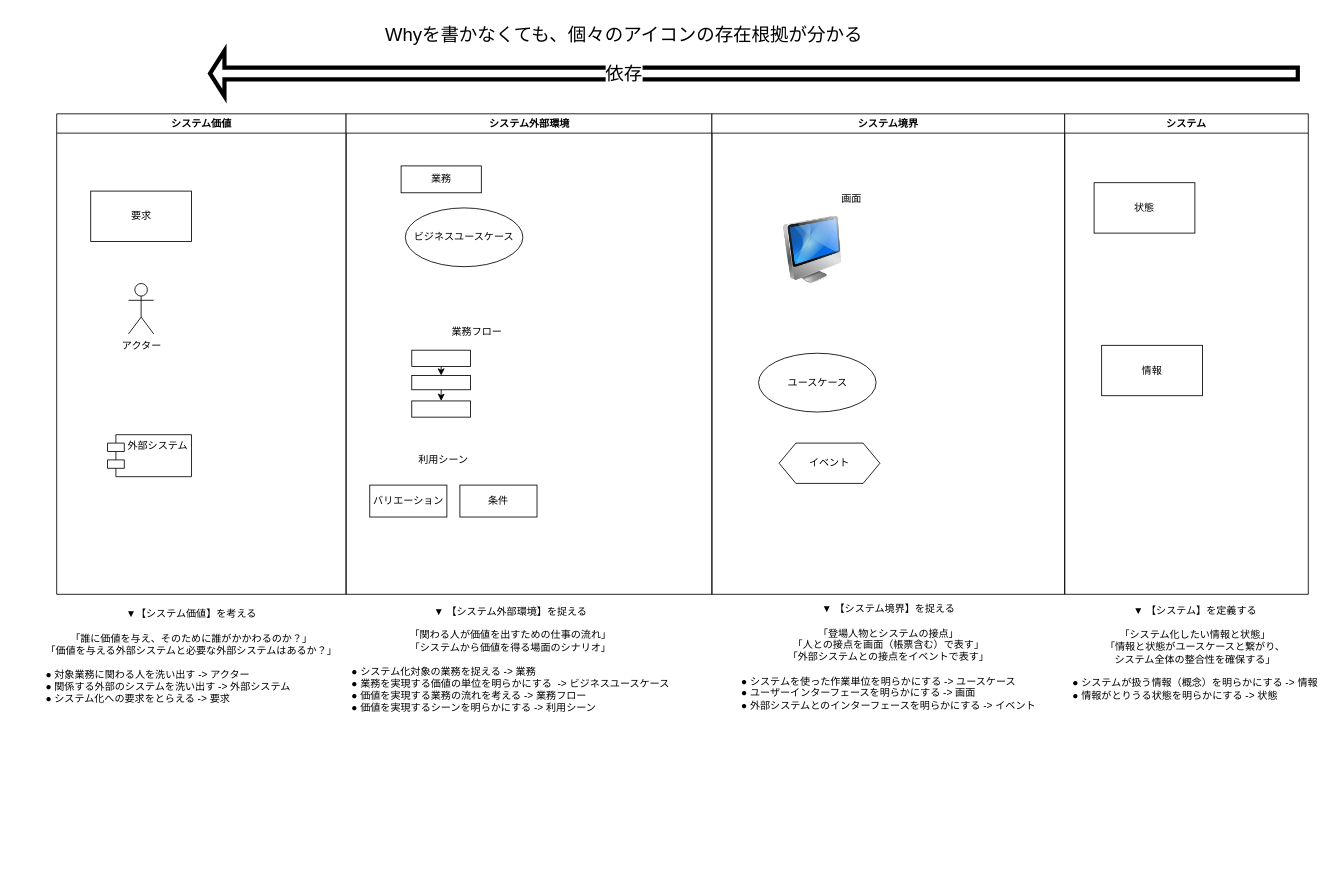
This is documents/draw.io/RDRA.drawio from hibohiboo/kartagraph, a draw.io file, before an edit. Source tidied: cells renumbered, new cells numbered last; positions are measured from the earlier drawing's top-left corner, leaving out a move shared by most shapes. Both pictures are drawn from the tidied source at 84%, with x=0, y=0 at pixel (39, 23).
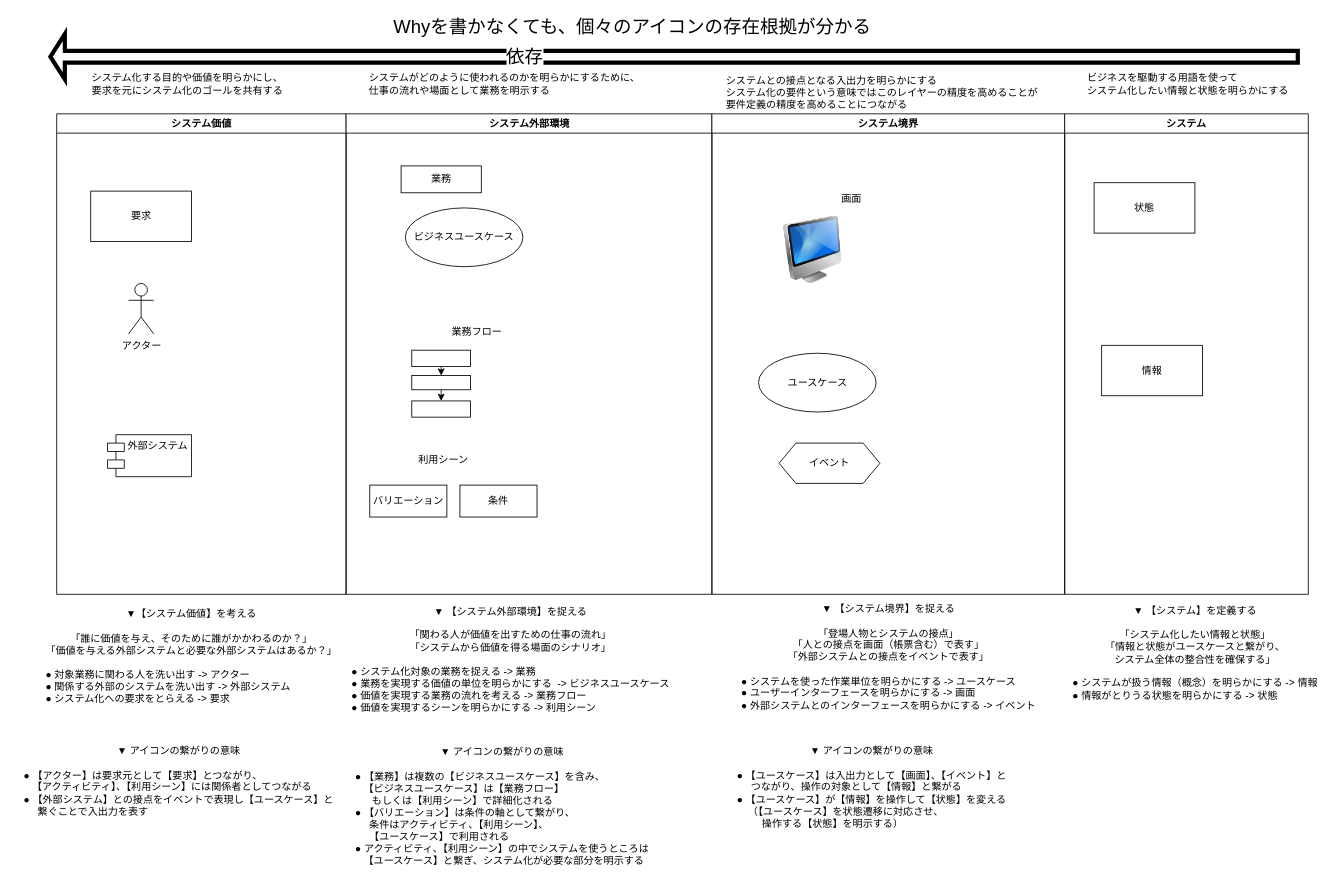
Above is the later version.

Commit message:
fix アイコンの繋がりの意味まで #149

Diff of the diagram source:
```diff
@@
     <mxCell id="29" style="shape=flexArrow;endArrow=classic;html=1;rounded=0;endWidth=35;endSize=4.07;strokeWidth=5;" parent="1" edge="1">
       <mxGeometry relative="1" as="geometry">
-        <mxPoint x="1500" y="60" as="sourcePoint" />
-        <mxPoint x="200" y="60" as="targetPoint" />
+        <mxPoint x="1500" y="40" as="sourcePoint" />
+        <mxPoint x="10" y="40" as="targetPoint" />
       </mxGeometry>
     </mxCell>
@@
     <mxCell id="31" value="Whyを書かなくても、個々のアイコンの存在根拠が分かる" style="text;html=1;align=center;verticalAlign=middle;strokeColor=none;fillColor=none;fontSize=22;" parent="1" vertex="1">
-      <mxGeometry x="400" width="590" height="30" as="geometry" />
+      <mxGeometry x="410" y="-10" width="590" height="30" as="geometry" />
     </mxCell>
@@
+    <mxCell id="34" value="▼ アイコンの繋がりの意味&lt;br&gt;&lt;br&gt;&lt;div style=&quot;text-align: left&quot;&gt;&lt;span&gt;● 【アクター】は要求元として【要求】とつながり、&lt;/span&gt;&lt;/div&gt;&lt;div style=&quot;text-align: left&quot;&gt;&amp;nbsp; &amp;nbsp;【アクティビティ】、【利用シーン】には関係者としてつながる&lt;/div&gt;&lt;div style=&quot;text-align: left&quot;&gt;● 【外部システム】との接点をイベントで表現し【ユースケース】と&lt;/div&gt;&lt;div style=&quot;text-align: left&quot;&gt;&amp;nbsp; &amp;nbsp; &amp;nbsp;繋ぐことで入出力を表す&lt;/div&gt;&lt;div style=&quot;text-align: left&quot;&gt;&lt;br&gt;&lt;/div&gt;" style="text;html=1;align=center;verticalAlign=middle;strokeColor=none;fillColor=none;fontSize=12;" parent="1" vertex="1">
+      <mxGeometry x="-30.5" y="860" width="390" height="100" as="geometry" />
+    </mxCell>
+    <mxCell id="35" value="▼ アイコンの繋がりの意味&lt;br&gt;&lt;br&gt;&lt;div style=&quot;text-align: left&quot;&gt;&lt;span&gt;● 【業務】は複数の【ビジネスユースケース】を含み、&lt;/span&gt;&lt;/div&gt;&lt;div style=&quot;text-align: left&quot;&gt;&amp;nbsp; &amp;nbsp;【ビジネスユースケース】は【業務フロー】&lt;/div&gt;&lt;div style=&quot;text-align: left&quot;&gt;&amp;nbsp; &amp;nbsp; &amp;nbsp; もしくは【利用シーン】で詳細化される&lt;/div&gt;&lt;div style=&quot;text-align: left&quot;&gt;● 【バリエーション】は条件の軸として繋がり、&lt;/div&gt;&lt;div style=&quot;text-align: left&quot;&gt;&amp;nbsp; &amp;nbsp; &amp;nbsp;条件はアクティビティ、【利用シーン】、&lt;/div&gt;&lt;div style=&quot;text-align: left&quot;&gt;&amp;nbsp; &amp;nbsp; &amp;nbsp;【ユースケース】で利用される&lt;/div&gt;&lt;div style=&quot;text-align: left&quot;&gt;● アクティビティ、【利用シーン】の中でシステムを使うところは&lt;/div&gt;&lt;div style=&quot;text-align: left&quot;&gt;&amp;nbsp; &amp;nbsp;【ユースケース】と繋ぎ、システム化が必要な部分を明示する&lt;/div&gt;&lt;div style=&quot;text-align: left&quot;&gt;&lt;br&gt;&lt;/div&gt;" style="text;html=1;align=center;verticalAlign=middle;strokeColor=none;fillColor=none;fontSize=12;" parent="1" vertex="1">
+      <mxGeometry x="364.5" y="860" width="370" height="160" as="geometry" />
+    </mxCell>
+    <mxCell id="36" value="システム化する目的や価値を明らかにし、&lt;br&gt;要求を元にシステム化のゴールを共有する" style="text;html=1;align=left;verticalAlign=middle;strokeColor=none;fillColor=none;fontSize=12;" parent="1" vertex="1">
+      <mxGeometry x="60" y="58" width="240" height="30" as="geometry" />
+    </mxCell>
+    <mxCell id="37" value="システムがどのように使われるのかを明らかにするために、&lt;br&gt;仕事の流れや場面として業務を明示する" style="text;html=1;align=left;verticalAlign=middle;strokeColor=none;fillColor=none;fontSize=12;" parent="1" vertex="1">
+      <mxGeometry x="389.5" y="58" width="340" height="30" as="geometry" />
+    </mxCell>
+    <mxCell id="38" value="システムとの接点となる入出力を明らかにする&lt;br&gt;システム化の要件という意味ではこのレイヤーの精度を高めることが&lt;br&gt;要件定義の精度を高めることにつながる" style="text;html=1;align=left;verticalAlign=middle;strokeColor=none;fillColor=none;fontSize=12;" parent="1" vertex="1">
+      <mxGeometry x="815" y="58" width="390" height="50" as="geometry" />
+    </mxCell>
+    <mxCell id="39" value="ビジネスを駆動する用語を使って&lt;br&gt;システム化したい情報と状態を明らかにする" style="text;html=1;align=left;verticalAlign=middle;strokeColor=none;fillColor=none;fontSize=12;" parent="1" vertex="1">
+      <mxGeometry x="1245" y="58" width="260" height="30" as="geometry" />
+    </mxCell>
+    <mxCell id="40" value="▼ アイコンの繋がりの意味&lt;br&gt;&lt;br&gt;&lt;div style=&quot;text-align: left&quot;&gt;● 【ユースケース】は入出力として【画面】、【イベント】と&lt;/div&gt;&lt;div style=&quot;text-align: left&quot;&gt;&amp;nbsp; &amp;nbsp; &amp;nbsp;つながり、操作の対象として【情報】と繋がる&lt;/div&gt;&lt;div style=&quot;text-align: left&quot;&gt;● 【ユースケース】が【情報】を操作して【状態】を変える&lt;/div&gt;&lt;div style=&quot;text-align: left&quot;&gt;&amp;nbsp; &amp;nbsp; （【ユースケース】を状態遷移に対応させ、&lt;/div&gt;&lt;div style=&quot;text-align: left&quot;&gt;&amp;nbsp; &amp;nbsp; &amp;nbsp; &amp;nbsp; &amp;nbsp;操作する【状態】を明示する）&lt;/div&gt;" style="text;html=1;align=center;verticalAlign=middle;strokeColor=none;fillColor=none;fontSize=12;" parent="1" vertex="1">
+      <mxGeometry x="815" y="860" width="350" height="100" as="geometry" />
+    </mxCell>
```
